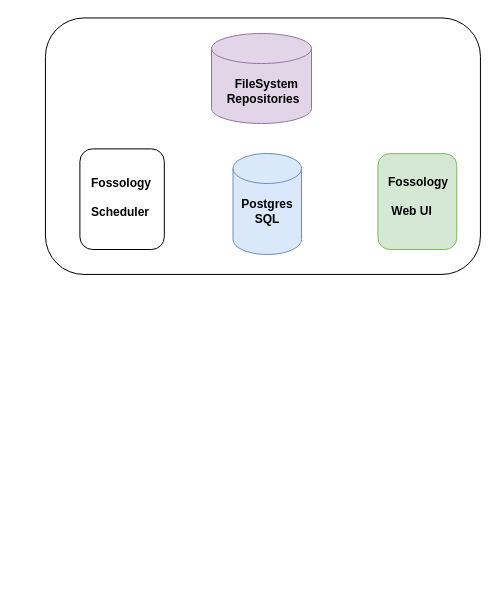
Above: Untitled Diagram.drawio in nminhquang/docker-gerrit (draw.io), before the change. Source tidied: cells renumbered, new cells numbered last; positions are measured from the earlier drawing's top-left corner, leaving out a move shared by most shapes. Both pictures are drawn from the tidied source at 100%, with x=0, y=0 at pixel (71, -72).
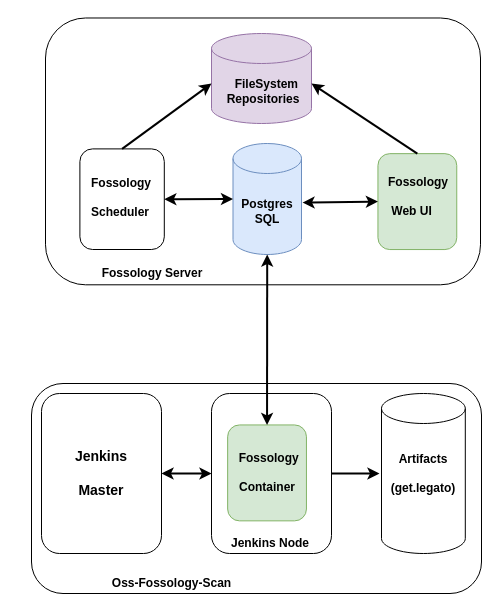
After the change.

The change refers to these unchanged cells:
```xml
<mxCell id="3" style="rounded=1;whiteSpace=wrap;html=1;rotation=90;" parent="1" vertex="1">
  <mxGeometry x="0.3" y="228.5" width="100.6" height="84.4" as="geometry" />
</mxCell>
<mxCell id="4" style="rounded=1;whiteSpace=wrap;html=1;rotation=90;fillColor=#d5e8d4;strokeColor=#82b366;" parent="1" vertex="1">
  <mxGeometry x="297.9" y="233.7" width="95.9" height="78.8" as="geometry" />
</mxCell>
<mxCell id="9" style="shape=cylinder2;whiteSpace=wrap;html=1;boundedLbl=1;backgroundOutline=1;size=15;fillColor=#e1d5e7;strokeColor=#9673a6;" parent="1" vertex="1">
  <mxGeometry x="140" y="105" width="100" height="90" as="geometry" />
</mxCell>
```

What changed in the source:
```diff
@@
+    <mxCell id="11" style="rounded=1;whiteSpace=wrap;html=1;" parent="1" vertex="1">
+      <mxGeometry x="-40" y="455" width="450" height="210" as="geometry" />
+    </mxCell>
+    <mxCell id="12" style="rounded=1;whiteSpace=wrap;html=1;" parent="1" vertex="1">
+      <mxGeometry x="140" y="465" width="120" height="160" as="geometry" />
+    </mxCell>
     <mxCell id="2" style="rounded=1;whiteSpace=wrap;html=1;rotation=90;" parent="1" vertex="1">
-      <mxGeometry x="63.2" y="0.2" width="256.5" height="435" as="geometry" />
+      <mxGeometry x="58.1" y="5.4" width="266.8" height="435" as="geometry" />
     </mxCell>
@@
     <mxCell id="5" style="shape=cylinder2;whiteSpace=wrap;html=1;boundedLbl=1;backgroundOutline=1;size=15;fillColor=#dae8fc;strokeColor=#6c8ebf;" parent="1" vertex="1">
-      <mxGeometry x="161.5" y="225" width="68.5" height="101" as="geometry" />
+      <mxGeometry x="161.5" y="215" width="68.5" height="111" as="geometry" />
     </mxCell>
@@
+    <mxCell id="13" style="endArrow=classic;startArrow=classic;html=1;exitX=0.5;exitY=0;exitDx=0;exitDy=0;strokeWidth=2;" parent="1" edge="1" source="3" target="5">
+      <mxGeometry relative="1" as="geometry" />
+    </mxCell>
+    <mxCell id="14" style="endArrow=classic;startArrow=classic;html=1;entryX=0.5;entryY=1;entryDx=0;entryDy=0;exitX=1.015;exitY=0.532;exitDx=0;exitDy=0;exitPerimeter=0;strokeWidth=2;" parent="1" edge="1" source="5" target="4">
+      <mxGeometry relative="1" as="geometry" />
+    </mxCell>
+    <mxCell id="15" style="endArrow=classic;html=1;exitX=0;exitY=0.5;exitDx=0;exitDy=0;entryX=0;entryY=0.556;entryDx=0;entryDy=0;entryPerimeter=0;strokeWidth=2;" parent="1" edge="1" source="3" target="9">
+      <mxGeometry relative="1" as="geometry" />
+    </mxCell>
+    <mxCell id="16" style="endArrow=classic;html=1;entryX=1;entryY=0.556;entryDx=0;entryDy=0;entryPerimeter=0;exitX=0;exitY=0.5;exitDx=0;exitDy=0;strokeWidth=2;" parent="1" edge="1" source="4" target="9">
+      <mxGeometry relative="1" as="geometry" />
+    </mxCell>
+    <mxCell id="17" style="rounded=1;whiteSpace=wrap;html=1;rotation=90;fillColor=#d5e8d4;strokeColor=#82b366;" parent="1" vertex="1">
+      <mxGeometry x="147.6" y="505" width="95.9" height="78.8" as="geometry" />
+    </mxCell>
+    <mxCell id="18" value="&lt;div&gt;&lt;b&gt;&amp;nbsp;Fossology&lt;/b&gt;&lt;/div&gt;&lt;div&gt;&lt;b&gt;&lt;br&gt;&lt;/b&gt;&lt;/div&gt;&lt;div&gt;&lt;b&gt;Container&lt;br&gt;&lt;/b&gt;&lt;/div&gt;" style="text;html=1;strokeColor=none;fillColor=none;align=center;verticalAlign=middle;whiteSpace=wrap;rounded=0;" parent="1" vertex="1">
+      <mxGeometry x="175.5" y="534.4" width="40" height="20" as="geometry" />
+    </mxCell>
+    <mxCell id="19" value="&lt;div&gt;&lt;b&gt;Artifacts&lt;/b&gt;&lt;/div&gt;&lt;div&gt;&lt;b&gt;&lt;br&gt;&lt;/b&gt;&lt;/div&gt;&lt;div&gt;&lt;b&gt;(get.legato)&lt;br&gt;&lt;/b&gt;&lt;/div&gt;" style="shape=cylinder2;whiteSpace=wrap;html=1;boundedLbl=1;backgroundOutline=1;size=15;" parent="1" vertex="1">
+      <mxGeometry x="310" y="465" width="83.8" height="160" as="geometry" />
+    </mxCell>
+    <mxCell id="20" style="endArrow=classic;startArrow=classic;html=1;strokeWidth=2;exitX=0;exitY=0.5;exitDx=0;exitDy=0;" parent="1" edge="1" source="17" target="5">
+      <mxGeometry relative="1" as="geometry" />
+    </mxCell>
+    <mxCell id="21" value="&lt;div&gt;&lt;font style=&quot;font-size: 14px&quot;&gt;&lt;b&gt;Jenkins&lt;/b&gt;&lt;/font&gt;&lt;/div&gt;&lt;div&gt;&lt;font style=&quot;font-size: 14px&quot;&gt;&lt;b&gt;&lt;br&gt;&lt;/b&gt;&lt;/font&gt;&lt;/div&gt;&lt;div&gt;&lt;font style=&quot;font-size: 14px&quot;&gt;&lt;b&gt; Master&lt;/b&gt;&lt;/font&gt;&lt;/div&gt;" style="rounded=1;whiteSpace=wrap;html=1;" parent="1" vertex="1">
+      <mxGeometry x="-30" y="465" width="120" height="160" as="geometry" />
+    </mxCell>
+    <mxCell id="22" value="&lt;b&gt;Jenkins Node&lt;/b&gt;" style="text;html=1;strokeColor=none;fillColor=none;align=center;verticalAlign=middle;whiteSpace=wrap;rounded=0;" parent="1" vertex="1">
+      <mxGeometry x="147.6" y="605" width="102.4" height="20" as="geometry" />
+    </mxCell>
+    <mxCell id="23" style="endArrow=classic;startArrow=classic;html=1;strokeWidth=2;exitX=1;exitY=0.5;exitDx=0;exitDy=0;entryX=0;entryY=0.5;entryDx=0;entryDy=0;" parent="1" edge="1" source="21" target="12">
+      <mxGeometry relative="1" as="geometry" />
+    </mxCell>
+    <mxCell id="24" style="endArrow=classic;html=1;strokeWidth=2;exitX=1;exitY=0.5;exitDx=0;exitDy=0;entryX=-0.024;entryY=0.5;entryDx=0;entryDy=0;entryPerimeter=0;" parent="1" edge="1" source="12" target="19">
+      <mxGeometry relative="1" as="geometry" />
+    </mxCell>
+    <mxCell id="25" value="&lt;b&gt;Oss-Fossology-Scan&lt;/b&gt;" style="text;html=1;strokeColor=none;fillColor=none;align=center;verticalAlign=middle;whiteSpace=wrap;rounded=0;" parent="1" vertex="1">
+      <mxGeometry x="-10.5" y="645" width="220.5" height="20" as="geometry" />
+    </mxCell>
+    <mxCell id="26" value="&lt;div&gt;&lt;b&gt;Fossology Server&lt;/b&gt;&lt;/div&gt;" style="text;html=1;strokeColor=none;fillColor=none;align=center;verticalAlign=middle;whiteSpace=wrap;rounded=0;" parent="1" vertex="1">
+      <mxGeometry x="-54.5" y="335" width="270" height="20" as="geometry" />
+    </mxCell>
```
